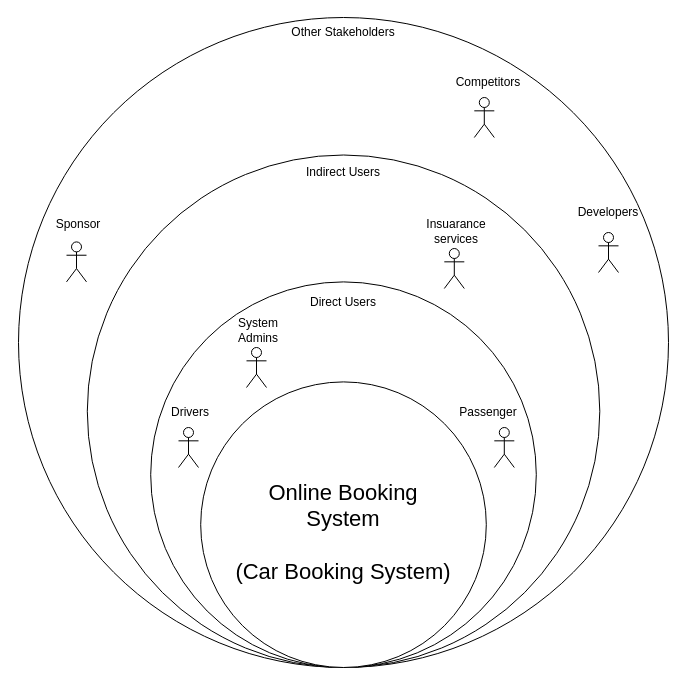
Above: Onion_diagram_SEPP.drawio in Anuja-jayasinghe/DrawIo_Projects (draw.io), before the change. Source tidied: cells renumbered, new cells numbered last; positions are measured from the earlier drawing's top-left corner, leaving out a move shared by most shapes. Both pictures are drawn from the tidied source at 100%, with x=0, y=0 at pixel (18, 17).
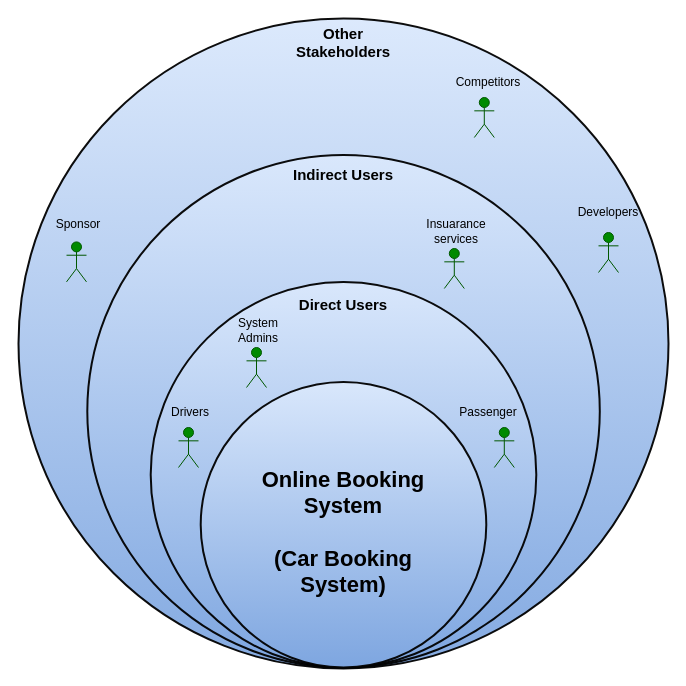
The same diagram, later.

What changed in the source:
```diff
@@
-<mxGraphModel>
+<mxGraphModel background="light-dark(#FFFFFF,#000000)">
@@
-    <mxCell id="2" style="ellipse;whiteSpace=wrap;html=1;" parent="1" vertex="1">
-      <mxGeometry width="650" height="650" as="geometry" />
+    <mxCell id="2" style="ellipse;whiteSpace=wrap;html=1;fillColor=#dae8fc;gradientColor=#7ea6e0;strokeColor=light-dark(#000000,#000000);strokeWidth=2;perimeterSpacing=0;shadow=0;opacity=95;gradientDirection=south;" parent="1" vertex="1">
+      <mxGeometry y="1" width="650" height="650" as="geometry" />
     </mxCell>
-    <mxCell id="3" style="ellipse;whiteSpace=wrap;html=1;" parent="1" vertex="1">
+    <mxCell id="3" style="ellipse;whiteSpace=wrap;html=1;fillColor=#dae8fc;gradientColor=#7ea6e0;strokeColor=light-dark(#000000,#000000);strokeWidth=2;perimeterSpacing=0;shadow=0;opacity=95;" parent="1" vertex="1">
       <mxGeometry x="68.8" y="137.5" width="512.5" height="512.5" as="geometry" />
     </mxCell>
-    <mxCell id="4" style="ellipse;whiteSpace=wrap;html=1;" parent="1" vertex="1">
+    <mxCell id="4" style="ellipse;whiteSpace=wrap;html=1;fillColor=#dae8fc;gradientColor=#7ea6e0;strokeColor=light-dark(#000000,#000000);strokeWidth=2;perimeterSpacing=0;shadow=0;opacity=95;" parent="1" vertex="1">
       <mxGeometry x="132.2" y="264.4" width="385.6" height="385.6" as="geometry" />
     </mxCell>
-    <mxCell id="5" style="ellipse;whiteSpace=wrap;html=1;" parent="1" vertex="1">
+    <mxCell id="5" style="ellipse;whiteSpace=wrap;html=1;fillColor=#dae8fc;strokeColor=light-dark(#000000,#000000);gradientColor=#7ea6e0;strokeWidth=2;perimeterSpacing=0;shadow=0;opacity=95;" parent="1" vertex="1">
       <mxGeometry x="182.2" y="364.4" width="285.6" height="285.6" as="geometry" />
     </mxCell>
-    <mxCell id="6" value="&lt;font style=&quot;font-size: 22px;&quot;&gt;Online Booking System&lt;/font&gt;&lt;div&gt;&lt;font style=&quot;font-size: 22px;&quot;&gt;&lt;br&gt;&lt;/font&gt;&lt;/div&gt;&lt;div&gt;&lt;font style=&quot;font-size: 22px;&quot;&gt;(Car Booking System)&lt;/font&gt;&lt;/div&gt;" style="text;html=1;align=center;verticalAlign=middle;whiteSpace=wrap;rounded=0;" parent="1" vertex="1">
+    <mxCell id="6" value="&lt;font style=&quot;font-size: 22px;&quot;&gt;Online Booking System&lt;/font&gt;&lt;div&gt;&lt;font style=&quot;font-size: 22px;&quot;&gt;&lt;br&gt;&lt;/font&gt;&lt;/div&gt;&lt;div&gt;&lt;font style=&quot;font-size: 22px;&quot;&gt;(Car Booking System)&lt;/font&gt;&lt;/div&gt;" style="text;html=1;align=center;verticalAlign=middle;whiteSpace=wrap;rounded=0;fontStyle=1;fontColor=light-dark(#000000,#CCCCCC);" parent="1" vertex="1">
       <mxGeometry x="210" y="420" width="230" height="190" as="geometry" />
     </mxCell>
-    <mxCell id="7" value="Direct Users" style="text;html=1;align=center;verticalAlign=middle;whiteSpace=wrap;rounded=0;" parent="1" vertex="1">
-      <mxGeometry x="260" y="270" width="130" height="30" as="geometry" />
+    <mxCell id="7" value="Direct Users" style="text;html=1;align=center;verticalAlign=middle;whiteSpace=wrap;rounded=0;fontSize=15;fontStyle=1;fontColor=light-dark(#000000,#CCCCCC);" parent="1" vertex="1">
+      <mxGeometry x="260" y="272" width="130" height="30" as="geometry" />
     </mxCell>
-    <mxCell id="8" value="Indirect Users" style="text;html=1;align=center;verticalAlign=middle;whiteSpace=wrap;rounded=0;" parent="1" vertex="1">
-      <mxGeometry x="260" y="140" width="130" height="30" as="geometry" />
+    <mxCell id="8" value="Indirect Users" style="text;html=1;align=center;verticalAlign=middle;whiteSpace=wrap;rounded=0;fontSize=15;fontStyle=1;fontColor=light-dark(#000000,#CCCCCC);" parent="1" vertex="1">
+      <mxGeometry x="260" y="142" width="130" height="30" as="geometry" />
     </mxCell>
-    <mxCell id="9" value="Other Stakeholders" style="text;html=1;align=center;verticalAlign=middle;whiteSpace=wrap;rounded=0;" parent="1" vertex="1">
-      <mxGeometry x="260" width="130" height="30" as="geometry" />
+    <mxCell id="9" value="Other Stakeholders" style="text;html=1;align=center;verticalAlign=middle;whiteSpace=wrap;rounded=0;fontSize=15;fontStyle=1;fontColor=light-dark(#000000,#CCCCCC);" parent="1" vertex="1">
+      <mxGeometry x="260" y="10" width="130" height="30" as="geometry" />
     </mxCell>
-    <mxCell id="10" style="shape=umlActor;verticalLabelPosition=bottom;verticalAlign=top;html=1;" parent="1" vertex="1">
+    <mxCell id="10" style="shape=umlActor;verticalLabelPosition=bottom;verticalAlign=top;html=1;fillColor=#008a00;strokeColor=#005700;fontColor=#ffffff;" parent="1" vertex="1">
       <mxGeometry x="160" y="410" width="20" height="40" as="geometry" />
     </mxCell>
-    <mxCell id="11" value="Drivers" style="text;html=1;align=center;verticalAlign=middle;whiteSpace=wrap;rounded=0;" parent="1" vertex="1">
+    <mxCell id="11" value="Drivers" style="text;html=1;align=center;verticalAlign=middle;whiteSpace=wrap;rounded=0;fontColor=light-dark(#000000,#66FF66);" parent="1" vertex="1">
       <mxGeometry x="142" y="380" width="60" height="30" as="geometry" />
     </mxCell>
-    <mxCell id="12" style="shape=umlActor;verticalLabelPosition=bottom;verticalAlign=top;html=1;" parent="1" vertex="1">
+    <mxCell id="12" style="shape=umlActor;verticalLabelPosition=bottom;verticalAlign=top;html=1;fillColor=#008a00;strokeColor=#005700;fontColor=#ffffff;" parent="1" vertex="1">
       <mxGeometry x="475.8" y="410" width="20" height="40" as="geometry" />
     </mxCell>
-    <mxCell id="13" value="Passenger" style="text;html=1;align=center;verticalAlign=middle;whiteSpace=wrap;rounded=0;" parent="1" vertex="1">
+    <mxCell id="13" value="Passenger" style="text;html=1;align=center;verticalAlign=middle;whiteSpace=wrap;rounded=0;fontColor=light-dark(#000000,#66FF66);" parent="1" vertex="1">
       <mxGeometry x="440" y="380" width="60" height="30" as="geometry" />
     </mxCell>
-    <mxCell id="14" style="shape=umlActor;verticalLabelPosition=bottom;verticalAlign=top;html=1;" parent="1" vertex="1">
+    <mxCell id="14" style="shape=umlActor;verticalLabelPosition=bottom;verticalAlign=top;html=1;fillColor=#008a00;strokeColor=#005700;fontColor=#ffffff;" parent="1" vertex="1">
       <mxGeometry x="228" y="330" width="20" height="40" as="geometry" />
     </mxCell>
-    <mxCell id="15" value="System Admins" style="text;html=1;align=center;verticalAlign=middle;whiteSpace=wrap;rounded=0;" parent="1" vertex="1">
+    <mxCell id="15" value="System Admins" style="text;html=1;align=center;verticalAlign=middle;whiteSpace=wrap;rounded=0;fontColor=light-dark(#000000,#66FF66);" parent="1" vertex="1">
       <mxGeometry x="210" y="298" width="60" height="30" as="geometry" />
     </mxCell>
-    <mxCell id="16" style="shape=umlActor;verticalLabelPosition=bottom;verticalAlign=top;html=1;" parent="1" vertex="1">
+    <mxCell id="16" style="shape=umlActor;verticalLabelPosition=bottom;verticalAlign=top;html=1;fillColor=#008a00;strokeColor=#005700;fontColor=#ffffff;" parent="1" vertex="1">
       <mxGeometry x="455.8" y="80" width="20" height="40" as="geometry" />
     </mxCell>
-    <mxCell id="17" value="Competitors" style="text;html=1;align=center;verticalAlign=middle;whiteSpace=wrap;rounded=0;" parent="1" vertex="1">
+    <mxCell id="17" value="Competitors" style="text;html=1;align=center;verticalAlign=middle;whiteSpace=wrap;rounded=0;fontColor=light-dark(#000000,#66FF66);" parent="1" vertex="1">
       <mxGeometry x="440" y="50" width="60" height="30" as="geometry" />
     </mxCell>
-    <mxCell id="18" style="shape=umlActor;verticalLabelPosition=bottom;verticalAlign=top;html=1;" parent="1" vertex="1">
+    <mxCell id="18" style="shape=umlActor;verticalLabelPosition=bottom;verticalAlign=top;html=1;fillColor=#008a00;strokeColor=#005700;fontColor=#ffffff;" parent="1" vertex="1">
       <mxGeometry x="48" y="224.4" width="20" height="40" as="geometry" />
     </mxCell>
-    <mxCell id="19" value="Sponsor" style="text;html=1;align=center;verticalAlign=middle;whiteSpace=wrap;rounded=0;" parent="1" vertex="1">
+    <mxCell id="19" value="Sponsor" style="text;html=1;align=center;verticalAlign=middle;whiteSpace=wrap;rounded=0;fontColor=light-dark(#000000,#66FF66);" parent="1" vertex="1">
       <mxGeometry x="30" y="192.4" width="60" height="30" as="geometry" />
     </mxCell>
-    <mxCell id="20" style="shape=umlActor;verticalLabelPosition=bottom;verticalAlign=top;html=1;" parent="1" vertex="1">
+    <mxCell id="20" style="shape=umlActor;verticalLabelPosition=bottom;verticalAlign=top;html=1;fillColor=#008a00;strokeColor=#005700;fontColor=#ffffff;" parent="1" vertex="1">
       <mxGeometry x="580" y="215" width="20" height="40" as="geometry" />
     </mxCell>
-    <mxCell id="21" value="Developers" style="text;html=1;align=center;verticalAlign=middle;whiteSpace=wrap;rounded=0;" parent="1" vertex="1">
+    <mxCell id="21" value="Developers" style="text;html=1;align=center;verticalAlign=middle;whiteSpace=wrap;rounded=0;fontColor=light-dark(#000000,#66FF66);" parent="1" vertex="1">
       <mxGeometry x="560" y="180" width="60" height="30" as="geometry" />
     </mxCell>
-    <mxCell id="22" value="Insuarance&lt;div&gt;services&lt;/div&gt;" style="text;html=1;align=center;verticalAlign=middle;whiteSpace=wrap;rounded=0;" parent="1" vertex="1">
+    <mxCell id="22" value="Insuarance&lt;div&gt;services&lt;/div&gt;" style="text;html=1;align=center;verticalAlign=middle;whiteSpace=wrap;rounded=0;fontColor=light-dark(#000000,#66FF66);" parent="1" vertex="1">
       <mxGeometry x="407.8" y="199" width="60" height="30" as="geometry" />
     </mxCell>
-    <mxCell id="23" style="shape=umlActor;verticalLabelPosition=bottom;verticalAlign=top;html=1;" parent="1" vertex="1">
+    <mxCell id="23" style="shape=umlActor;verticalLabelPosition=bottom;verticalAlign=top;html=1;fillColor=#008a00;strokeColor=#005700;fontColor=#ffffff;" parent="1" vertex="1">
       <mxGeometry x="425.8" y="231" width="20" height="40" as="geometry" />
     </mxCell>
```
